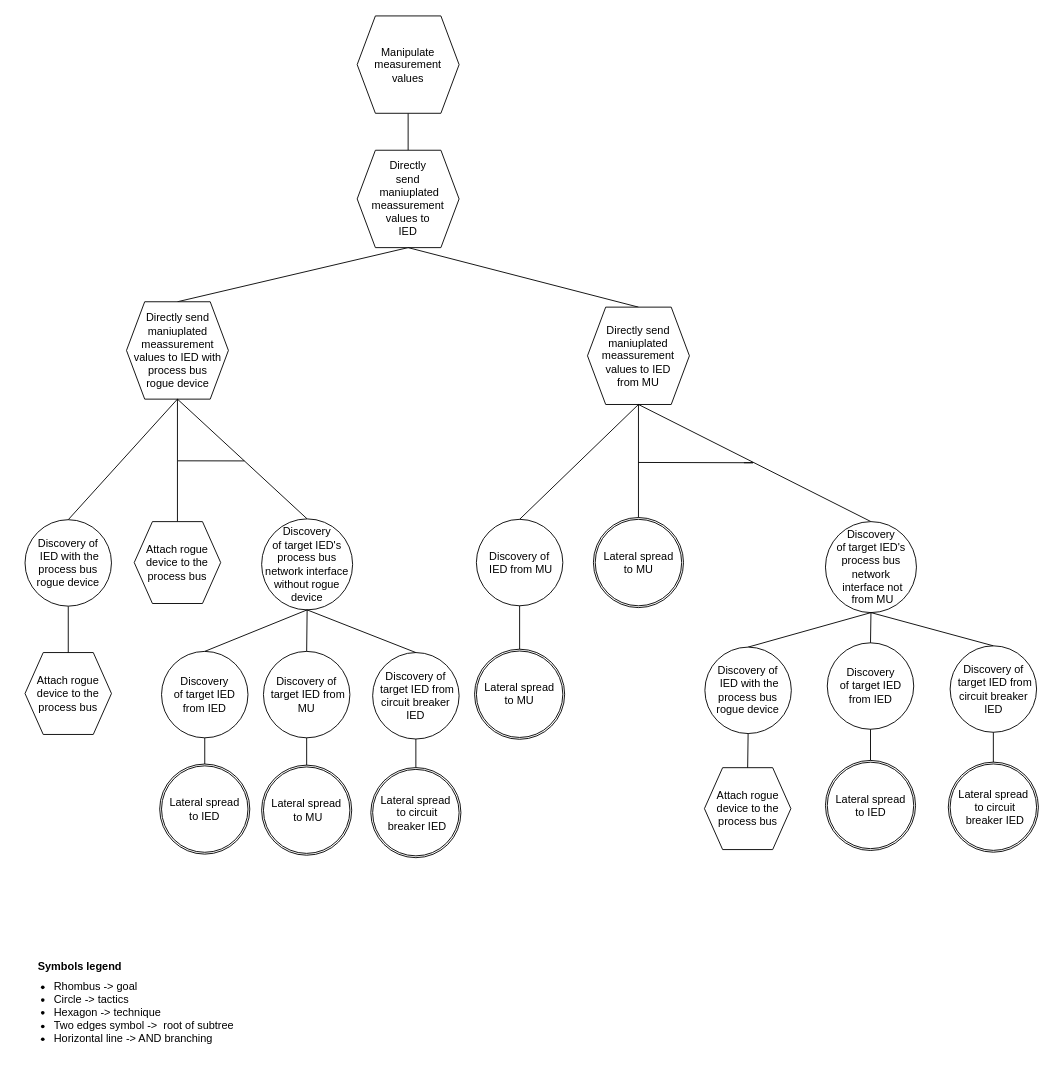
This is drawIO_trees/solution_3_1_1.drawio from mihaelM/Attack_trees, a draw.io file, before an edit. Source tidied: cells renumbered, new cells numbered last; positions are measured from the earlier drawing's top-left corner, leaving out a move shared by most shapes. Both pictures are drawn from the tidied source at 91%, with x=0, y=0 at pixel (15, 15).
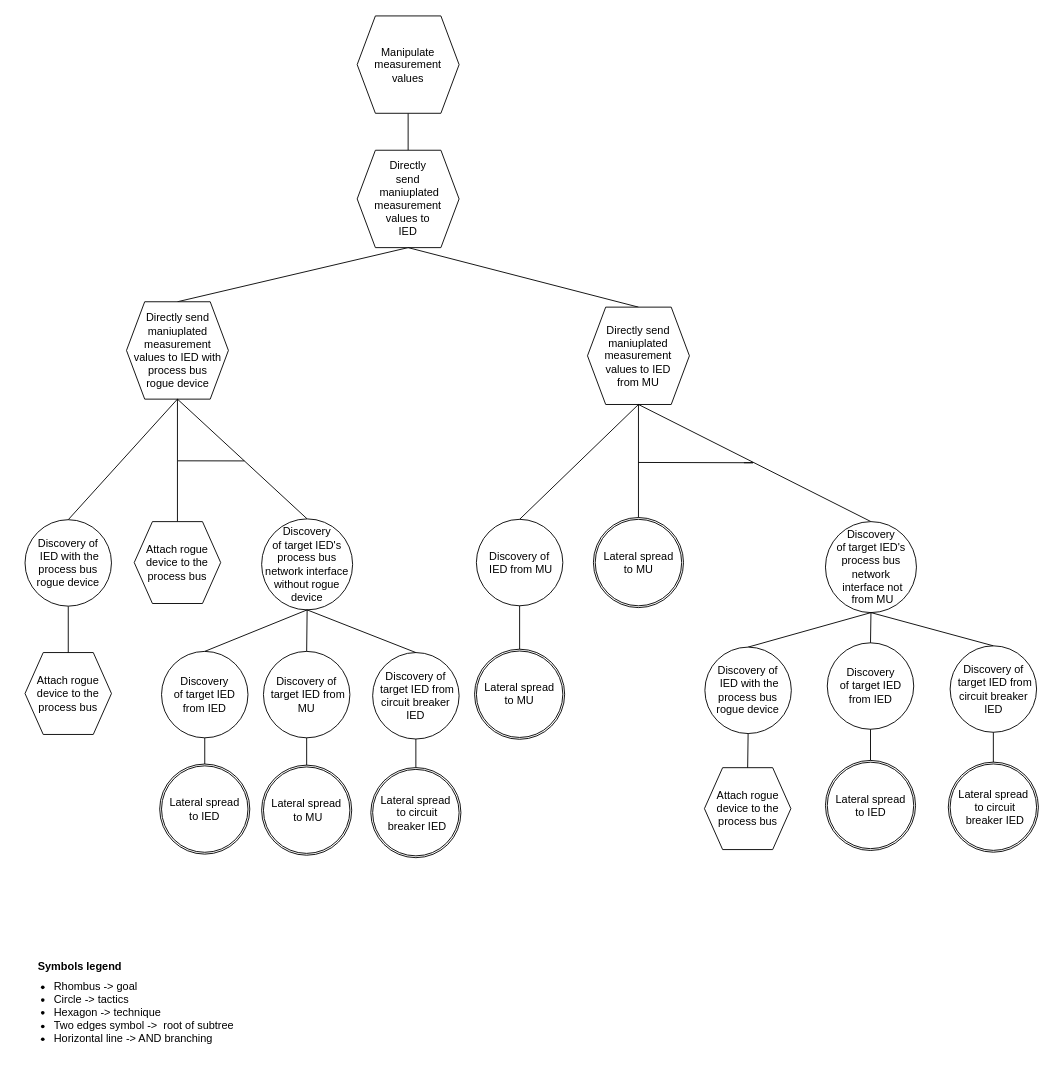
Above is the later version.

The edit, as a diff of the source:
```diff
@@
-    <mxCell id="6" value="Directly &lt;br&gt;send&lt;br&gt;&amp;nbsp;maniuplated meassurement values to &lt;br&gt;IED" style="shape=hexagon;perimeter=hexagonPerimeter2;whiteSpace=wrap;html=1;fixedSize=1;" parent="1" vertex="1">
+    <mxCell id="6" value="Directly &lt;br&gt;send&lt;br&gt;&amp;nbsp;maniuplated measurement values to &lt;br&gt;IED" style="shape=hexagon;perimeter=hexagonPerimeter2;whiteSpace=wrap;html=1;fixedSize=1;" parent="1" vertex="1">
       <mxGeometry x="375" y="147.6" width="112" height="107" as="geometry" />
     </mxCell>
@@
-    <mxCell id="14" value="Directly send maniuplated meassurement values to IED with process bus &lt;br&gt;rogue device" style="shape=hexagon;perimeter=hexagonPerimeter2;whiteSpace=wrap;html=1;fixedSize=1;" parent="1" vertex="1">
+    <mxCell id="14" value="Directly send maniuplated measurement values to IED with process bus &lt;br&gt;rogue device" style="shape=hexagon;perimeter=hexagonPerimeter2;whiteSpace=wrap;html=1;fixedSize=1;" parent="1" vertex="1">
       <mxGeometry x="121.5" y="314.1" width="112" height="107" as="geometry" />
     </mxCell>
@@
-    <mxCell id="16" value="Directly send maniuplated meassurement values to IED &lt;br&gt;from MU" style="shape=hexagon;perimeter=hexagonPerimeter2;whiteSpace=wrap;html=1;fixedSize=1;" parent="1" vertex="1">
+    <mxCell id="16" value="Directly send maniuplated measurement values to IED &lt;br&gt;from MU" style="shape=hexagon;perimeter=hexagonPerimeter2;whiteSpace=wrap;html=1;fixedSize=1;" parent="1" vertex="1">
       <mxGeometry x="628.1" y="320" width="112" height="107" as="geometry" />
     </mxCell>
```
